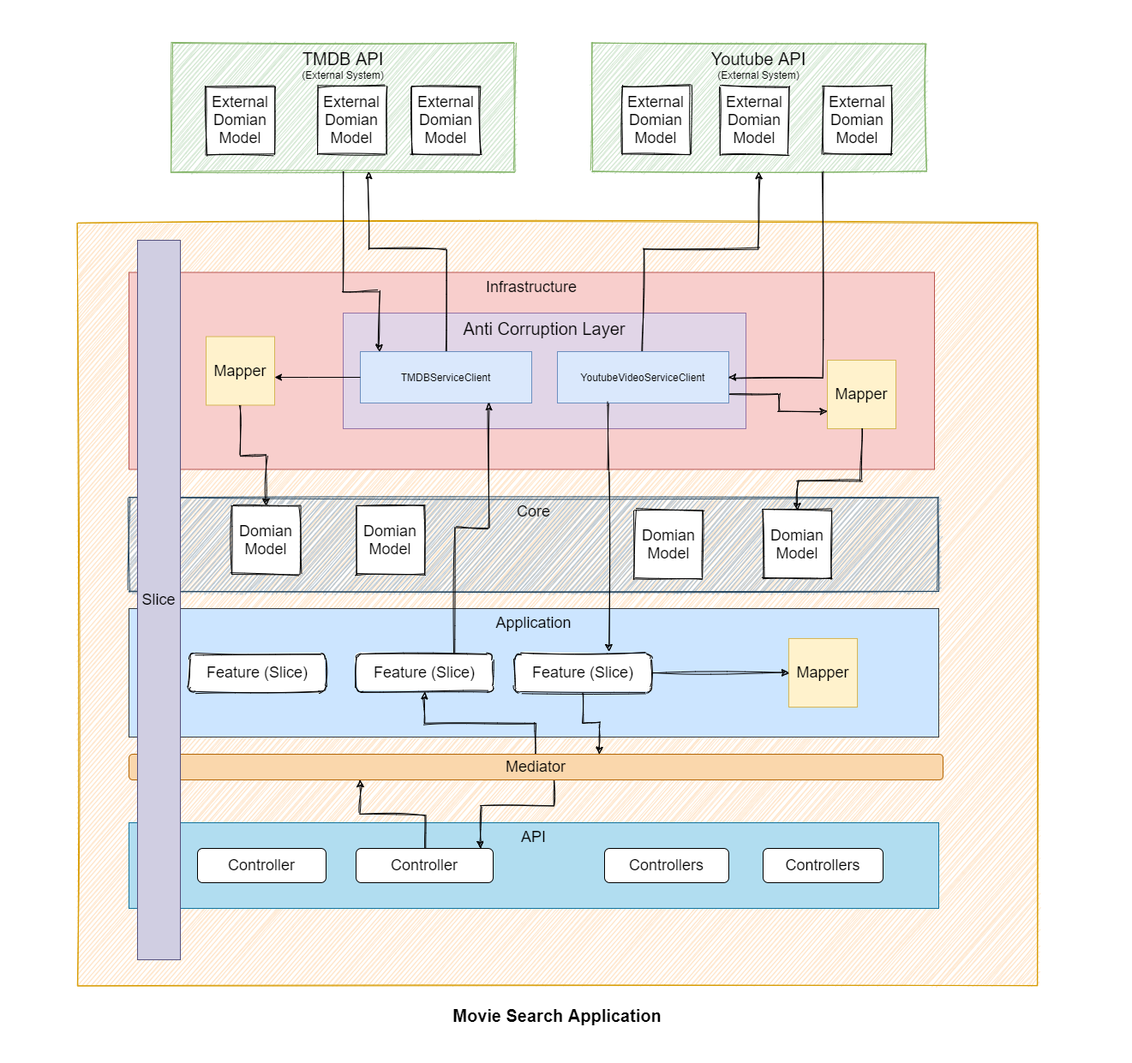
Earlier version of the draw.io export assets/diagram.png (mehdihadeli/movie-search-application). Source tidied: cells renumbered, new cells last; positions are measured from the earlier drawing's top-left corner, leaving out a move shared by most shapes.
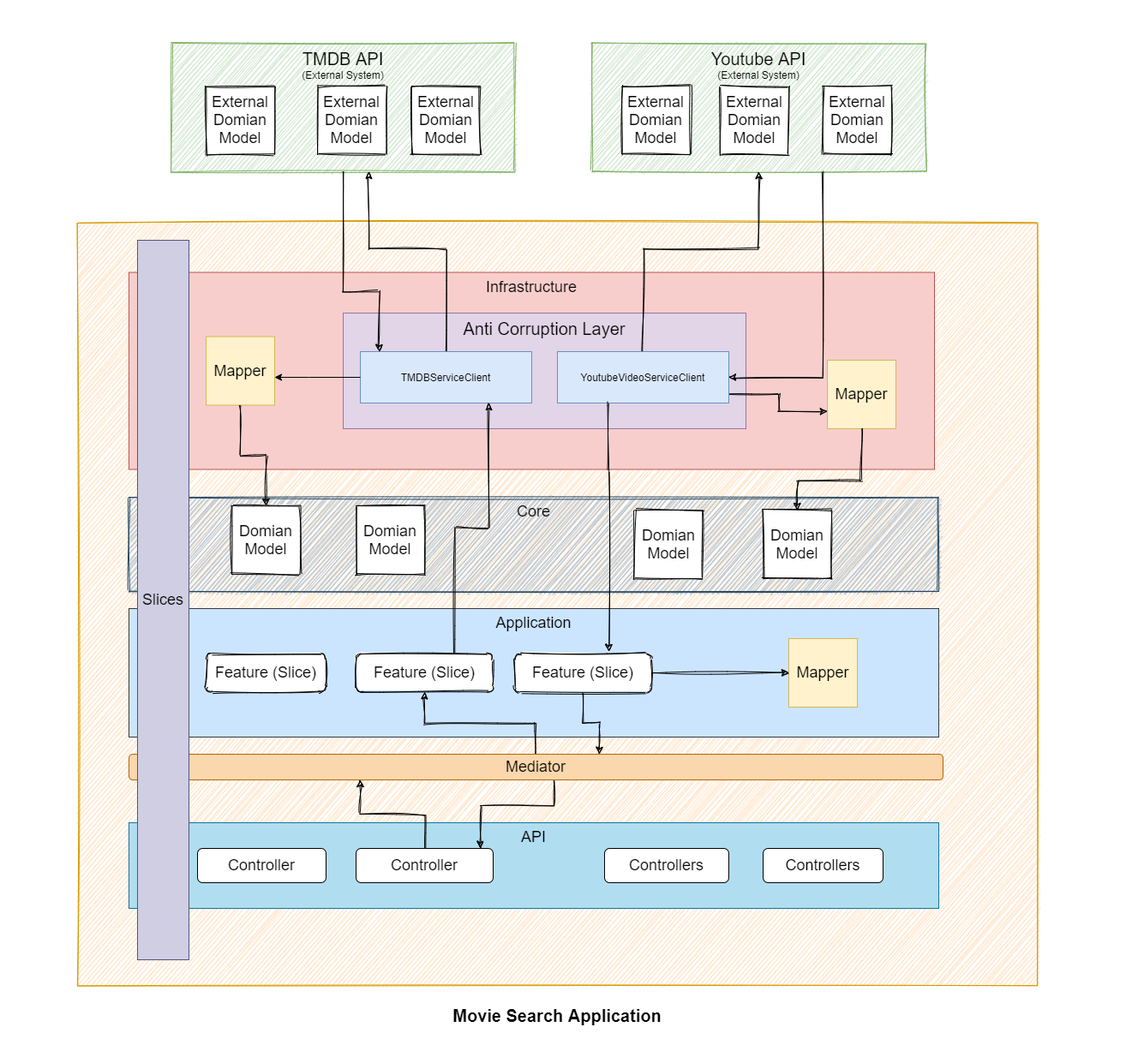
The same file after the commit.

The edit, as a diff of the source:
```diff
@@ -60,7 +60,7 @@
       <mxGeometry x="150" y="710" width="945" height="150" as="geometry" />
     </mxCell>
     <mxCell id="16" value="Feature (Slice)" style="rounded=1;whiteSpace=wrap;html=1;fontSize=18;sketch=1;" parent="1" vertex="1">
-      <mxGeometry x="220" y="762.5" width="160" height="45" as="geometry" />
+      <mxGeometry x="240" y="762.5" width="140" height="45" as="geometry" />
     </mxCell>
     <mxCell id="17" value="Core" style="rounded=0;whiteSpace=wrap;html=1;fontSize=18;fillColor=#bac8d3;strokeColor=#23445d;verticalAlign=top;sketch=1;" parent="1" vertex="1">
       <mxGeometry x="150" y="580" width="945" height="110" as="geometry" />
@@ -186,8 +186,8 @@
         </Array>
       </mxGeometry>
     </mxCell>
-    <mxCell id="48" value="Slice" style="rounded=0;whiteSpace=wrap;html=1;shadow=0;glass=0;sketch=0;fontSize=18;fillColor=#d0cee2;strokeColor=#56517e;" parent="1" vertex="1">
-      <mxGeometry x="160" y="280" width="50" height="840" as="geometry" />
+    <mxCell id="48" value="Slices" style="rounded=0;whiteSpace=wrap;html=1;shadow=0;glass=0;sketch=0;fontSize=18;fillColor=#d0cee2;strokeColor=#56517e;" parent="1" vertex="1">
+      <mxGeometry x="160" y="280" width="60" height="840" as="geometry" />
     </mxCell>
     <mxCell id="49" style="edgeStyle=orthogonalEdgeStyle;rounded=0;sketch=1;jettySize=auto;html=1;entryX=1;entryY=0.5;entryDx=0;entryDy=0;fontSize=18;" parent="1" edge="1" source="5" target="12">
       <mxGeometry relative="1" as="geometry">
```
